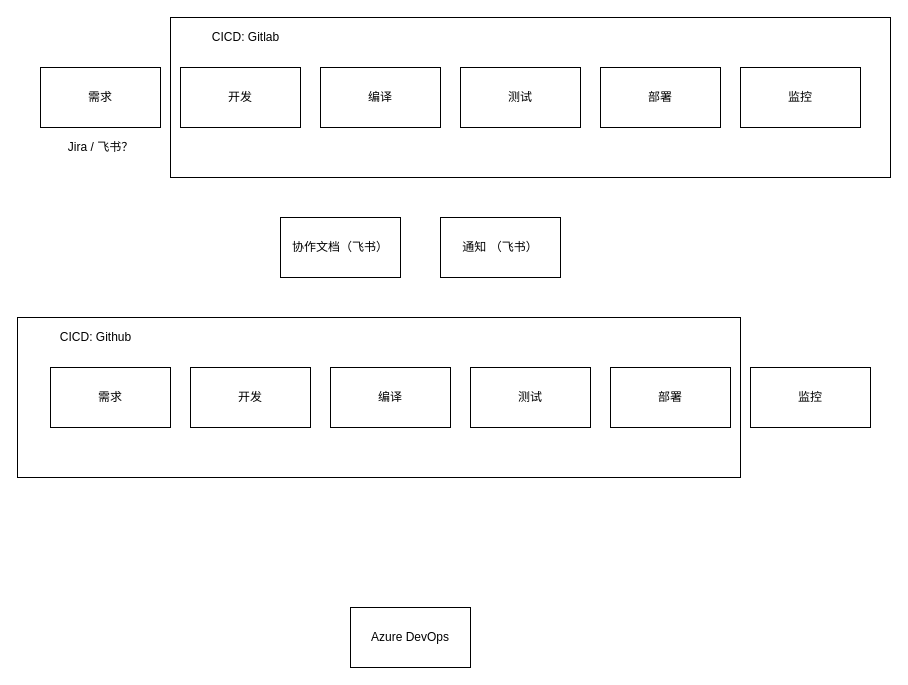
The draw.io diagram page "Page-1" (1 of 3) of docs/design.dio in talk-cheap/beta, before the edit. Source tidied: cells renumbered, new cells numbered last; positions are measured from the earlier drawing's top-left corner, leaving out a move shared by most shapes. Both pictures are drawn from the tidied source at 100%, with x=0, y=0 at pixel (17, 17).
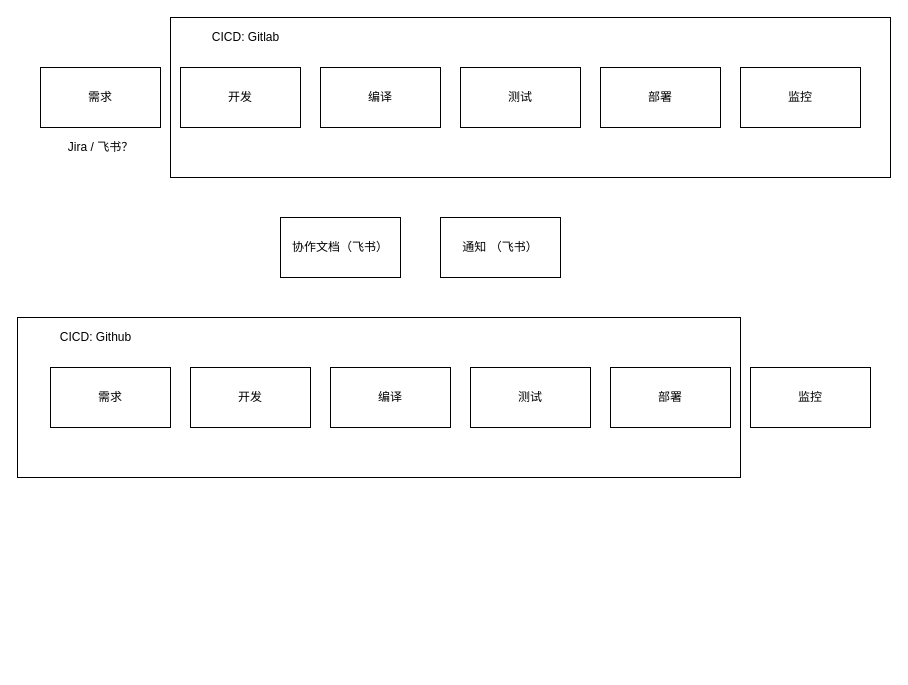
The same diagram, later.

Diff of the diagram source:
```diff
@@
-    <mxCell id="21" value="Azure DevOps" style="whiteSpace=wrap;html=1;" parent="1" vertex="1">
-      <mxGeometry x="333" y="590" width="120" height="60" as="geometry" />
-    </mxCell>
```
